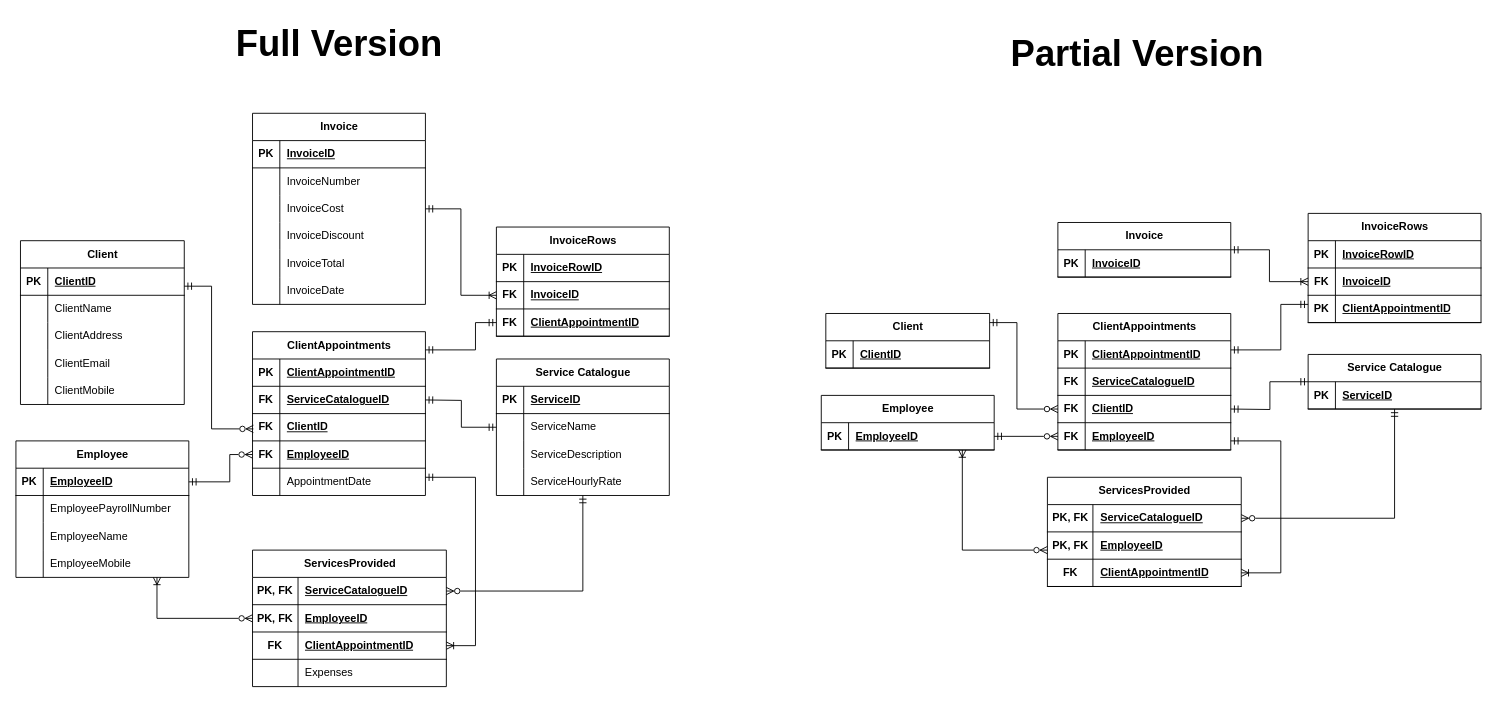
Earlier version of the draw.io diagram DBMS/Coursework/DDI CW.drawio (07prajwal2000/UWS---Works-and-Assignments). Source tidied: cells renumbered, new cells numbered last; positions are measured from the earlier drawing's top-left corner, leaving out a move shared by most shapes. Both pictures are drawn from the tidied source at 91%, with x=0, y=0 at pixel (15, 15).
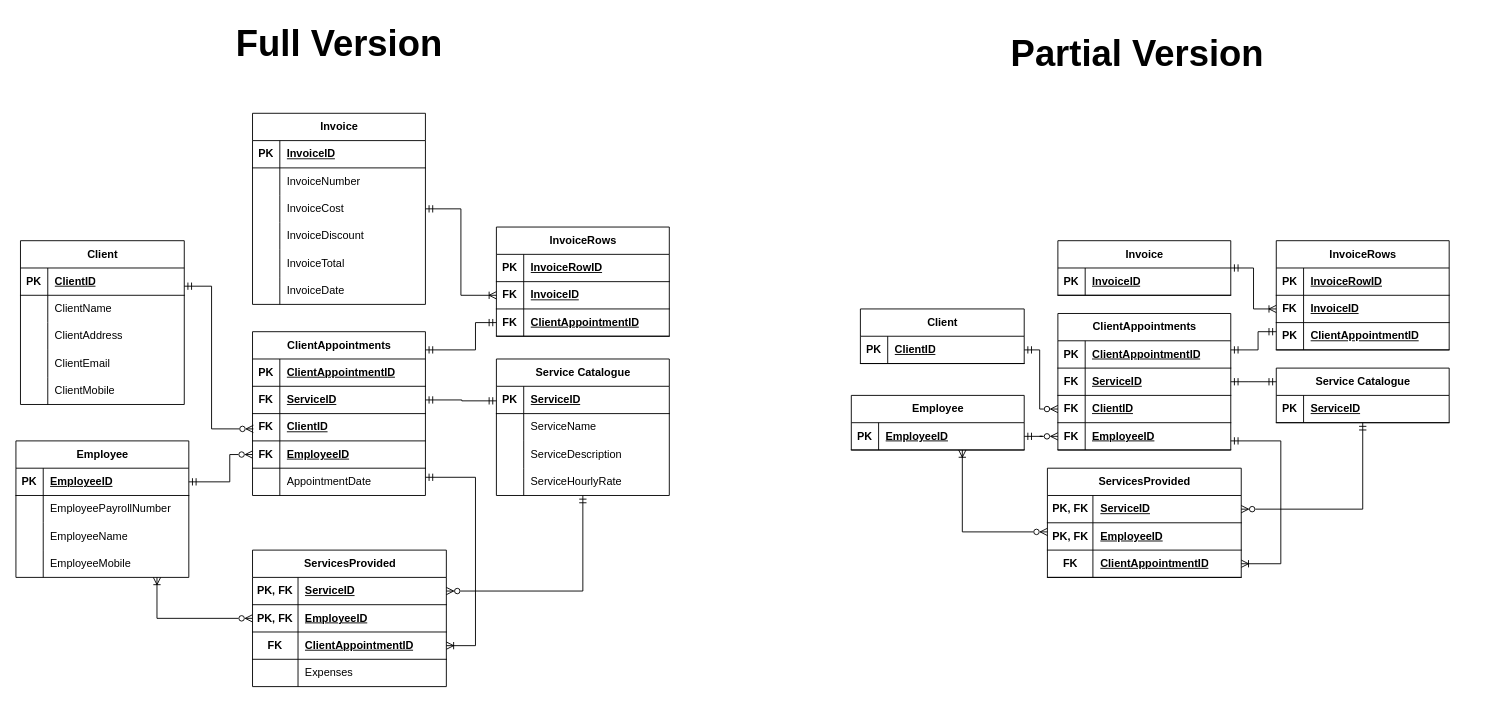
The same page after the edit.

The change refers to these unchanged cells:
```xml
<mxCell id="31" value="Service Catalogue" style="shape=table;startSize=30;childLayout=tableLayout;rowLines=0;fontStyle=1;align=center;html=1;" parent="1" vertex="1">
  <mxGeometry x="528" y="377" width="190" height="150" as="geometry" />
</mxCell>
<mxCell id="67" style="shape=tableRow;horizontal=0;startSize=0;swimlaneHead=0;swimlaneBody=0;fillColor=none;top=0;left=0;right=0;bottom=1;" parent="63" vertex="1">
  <mxGeometry y="60" width="190" height="30" as="geometry" />
</mxCell>
<mxCell id="93" style="shape=tableRow;horizontal=0;startSize=0;swimlaneHead=0;swimlaneBody=0;fillColor=none;points=[[0,0.5],[1,0.5]];portConstraint=eastwest;top=0;left=0;right=0;bottom=1;" parent="92" vertex="1">
  <mxGeometry y="30" width="213" height="30" as="geometry" />
</mxCell>
<mxCell id="126" value="ClientAppointments" style="shape=table;startSize=30;childLayout=tableLayout;rowLines=0;fontStyle=1;align=center;html=1;" parent="1" vertex="1">
  <mxGeometry x="1145" y="327" width="190" height="150" as="geometry" />
</mxCell>
<mxCell id="130" style="shape=tableRow;horizontal=0;startSize=0;swimlaneHead=0;swimlaneBody=0;fillColor=none;points=[[0,0.5],[1,0.5]];portConstraint=eastwest;top=0;left=0;right=0;bottom=1;" parent="126" vertex="1">
  <mxGeometry y="60" width="190" height="30" as="geometry" />
</mxCell>
<mxCell id="133" style="shape=tableRow;horizontal=0;startSize=0;swimlaneHead=0;swimlaneBody=0;fillColor=none;points=[[0,0.5],[1,0.5]];portConstraint=eastwest;top=0;left=0;right=0;bottom=1;" parent="126" vertex="1">
  <mxGeometry y="90" width="190" height="30" as="geometry" />
</mxCell>
<mxCell id="146" style="shape=tableRow;horizontal=0;startSize=0;swimlaneHead=0;swimlaneBody=0;fillColor=none;points=[[0,0.5],[1,0.5]];portConstraint=eastwest;top=0;left=0;right=0;bottom=1;" parent="139" vertex="1">
  <mxGeometry y="90" width="190" height="30" as="geometry" />
</mxCell>
<mxCell id="153" style="shape=tableRow;horizontal=0;startSize=0;swimlaneHead=0;swimlaneBody=0;fillColor=none;points=[[0,0.5],[1,0.5]];portConstraint=eastwest;top=0;left=0;right=0;bottom=1;" parent="152" vertex="1">
  <mxGeometry y="30" width="213" height="30" as="geometry" />
</mxCell>
<mxCell id="156" style="shape=tableRow;horizontal=0;startSize=0;swimlaneHead=0;swimlaneBody=0;fillColor=none;points=[[0,0.5],[1,0.5]];portConstraint=eastwest;top=0;left=0;right=0;bottom=1;" parent="152" vertex="1">
  <mxGeometry y="60" width="213" height="30" as="geometry" />
</mxCell>
<mxCell id="159" style="shape=tableRow;horizontal=0;startSize=0;swimlaneHead=0;swimlaneBody=0;fillColor=none;points=[[0,0.5],[1,0.5]];portConstraint=eastwest;top=0;left=0;right=0;bottom=1;" parent="152" vertex="1">
  <mxGeometry y="90" width="213" height="30" as="geometry" />
</mxCell>
```

The edit, as a diff of the source:
```diff
@@
-    <mxCell id="69" value="ServiceCatalogueID" style="shape=partialRectangle;fillColor=none;top=0;left=0;bottom=0;right=0;align=left;spacingLeft=6;fontStyle=5;overflow=hidden;whiteSpace=wrap;html=1;" parent="67" vertex="1">
+    <mxCell id="69" value="ServiceID" style="shape=partialRectangle;fillColor=none;top=0;left=0;bottom=0;right=0;align=left;spacingLeft=6;fontStyle=5;overflow=hidden;whiteSpace=wrap;html=1;" parent="67" vertex="1">
       <mxGeometry x="30" width="160" height="30" as="geometry" />
     </mxCell>
@@
     <mxCell id="91" style="edgeStyle=orthogonalEdgeStyle;rounded=0;jettySize=auto;html=1;endArrow=ERmandOne;endFill=0;startArrow=ERmandOne;startFill=0;exitX=1;exitY=0.5;exitDx=0;exitDy=0;" parent="1" edge="1" target="31">
       <mxGeometry relative="1" as="geometry">
         <mxPoint x="450" y="422" as="sourcePoint" />
+        <Array as="points">
+          <mxPoint x="490" y="423" />
+        </Array>
       </mxGeometry>
     </mxCell>
@@
-    <mxCell id="95" value="ServiceCatalogueID" style="shape=partialRectangle;fillColor=none;top=0;left=0;bottom=0;right=0;align=left;spacingLeft=6;fontStyle=5;overflow=hidden;whiteSpace=wrap;html=1;" parent="93" vertex="1">
+    <mxCell id="95" value="ServiceID" style="shape=partialRectangle;fillColor=none;top=0;left=0;bottom=0;right=0;align=left;spacingLeft=6;fontStyle=5;overflow=hidden;whiteSpace=wrap;html=1;" parent="93" vertex="1">
       <mxGeometry x="50" width="163" height="30" as="geometry" />
     </mxCell>
@@
     <mxCell id="110" value="Client" style="shape=table;startSize=30;childLayout=tableLayout;rowLines=0;fontStyle=1;align=center;html=1;" parent="1" vertex="1">
-      <mxGeometry x="890" y="327" width="180" height="60" as="geometry" />
+      <mxGeometry x="928" y="322" width="180" height="60" as="geometry" />
     </mxCell>
@@
     <mxCell id="114" value="Employee" style="shape=table;startSize=30;childLayout=tableLayout;rowLines=0;fontStyle=1;align=center;html=1;" parent="1" vertex="1">
-      <mxGeometry x="885" y="417" width="190" height="60" as="geometry" />
+      <mxGeometry x="918" y="417" width="190" height="60" as="geometry" />
     </mxCell>
@@
     <mxCell id="118" value="Service Catalogue" style="shape=table;startSize=30;childLayout=tableLayout;rowLines=0;fontStyle=1;align=center;html=1;" parent="1" vertex="1">
-      <mxGeometry x="1420" y="372" width="190" height="60" as="geometry" />
+      <mxGeometry x="1385" y="387" width="190" height="60" as="geometry" />
     </mxCell>
@@
     <mxCell id="122" value="Invoice" style="shape=table;startSize=30;childLayout=tableLayout;rowLines=0;fontStyle=1;align=center;html=1;" parent="1" vertex="1">
-      <mxGeometry x="1145" y="227" width="190" height="60" as="geometry" />
+      <mxGeometry x="1145" y="247" width="190" height="60" as="geometry" />
     </mxCell>
@@
-    <mxCell id="132" value="ServiceCatalogueID" style="shape=partialRectangle;fillColor=none;top=0;left=0;bottom=0;right=0;align=left;spacingLeft=6;fontStyle=5;overflow=hidden;whiteSpace=wrap;html=1;" parent="130" vertex="1">
+    <mxCell id="132" value="ServiceID" style="shape=partialRectangle;fillColor=none;top=0;left=0;bottom=0;right=0;align=left;spacingLeft=6;fontStyle=5;overflow=hidden;whiteSpace=wrap;html=1;" parent="130" vertex="1">
       <mxGeometry x="30" width="160" height="30" as="geometry" />
     </mxCell>
@@
     <mxCell id="139" value="InvoiceRows" style="shape=table;startSize=30;childLayout=tableLayout;rowLines=0;fontStyle=1;align=center;html=1;" parent="1" vertex="1">
-      <mxGeometry x="1420" y="217" width="190" height="120" as="geometry" />
+      <mxGeometry x="1385" y="247" width="190" height="120" as="geometry" />
     </mxCell>
@@
     <mxCell id="150" style="edgeStyle=orthogonalEdgeStyle;rounded=0;jettySize=auto;html=1;endArrow=ERmandOne;endFill=0;startArrow=ERmandOne;startFill=0;" parent="1" edge="1" source="146" target="126">
       <mxGeometry relative="1" as="geometry">
         <Array as="points">
-          <mxPoint x="1390" y="317" />
-          <mxPoint x="1390" y="367" />
+          <mxPoint x="1365" y="347" />
+          <mxPoint x="1365" y="367" />
         </Array>
       </mxGeometry>
     </mxCell>
-    <mxCell id="151" style="edgeStyle=orthogonalEdgeStyle;rounded=0;jettySize=auto;html=1;endArrow=ERmandOne;endFill=0;startArrow=ERmandOne;startFill=0;exitX=1;exitY=0.5;exitDx=0;exitDy=0;" parent="1" edge="1" target="118">
+    <mxCell id="151" style="edgeStyle=orthogonalEdgeStyle;rounded=0;jettySize=auto;html=1;endArrow=ERmandOne;endFill=0;startArrow=ERmandOne;startFill=0;exitX=1;exitY=0.5;exitDx=0;exitDy=0;" parent="1" edge="1" source="130" target="118">
       <mxGeometry relative="1" as="geometry">
-        <mxPoint x="1335" y="432" as="sourcePoint" />
+        <Array as="points">
+          <mxPoint x="1355" y="402" />
+          <mxPoint x="1355" y="402" />
+        </Array>
       </mxGeometry>
     </mxCell>
     <mxCell id="152" value="ServicesProvided" style="shape=table;startSize=30;childLayout=tableLayout;rowLines=0;fontStyle=1;align=center;html=1;" parent="1" vertex="1">
-      <mxGeometry x="1133.5" y="507" width="213" height="120" as="geometry" />
+      <mxGeometry x="1133.5" y="497" width="213" height="120" as="geometry" />
     </mxCell>
@@
-    <mxCell id="155" value="ServiceCatalogueID" style="shape=partialRectangle;fillColor=none;top=0;left=0;bottom=0;right=0;align=left;spacingLeft=6;fontStyle=5;overflow=hidden;whiteSpace=wrap;html=1;" parent="153" vertex="1">
+    <mxCell id="155" value="ServiceID" style="shape=partialRectangle;fillColor=none;top=0;left=0;bottom=0;right=0;align=left;spacingLeft=6;fontStyle=5;overflow=hidden;whiteSpace=wrap;html=1;" parent="153" vertex="1">
       <mxGeometry x="50" width="163" height="30" as="geometry" />
     </mxCell>
@@
     <mxCell id="163" style="edgeStyle=orthogonalEdgeStyle;rounded=0;jettySize=auto;html=1;exitX=1;exitY=0.5;exitDx=0;exitDy=0;endArrow=ERmandOne;endFill=0;startArrow=ERoneToMany;startFill=0;" parent="1" edge="1" source="159" target="126">
       <mxGeometry relative="1" as="geometry">
         <Array as="points">
-          <mxPoint x="1390" y="612" />
+          <mxPoint x="1390" y="602" />
           <mxPoint x="1390" y="467" />
         </Array>
       </mxGeometry>
     </mxCell>
     <mxCell id="164" style="edgeStyle=orthogonalEdgeStyle;rounded=0;jettySize=auto;html=1;endArrow=ERoneToMany;endFill=0;startArrow=ERzeroToMany;startFill=0;" parent="1" edge="1" source="156" target="114">
       <mxGeometry relative="1" as="geometry">
         <Array as="points">
-          <mxPoint x="1040" y="587" />
+          <mxPoint x="1040" y="567" />
         </Array>
       </mxGeometry>
     </mxCell>
     <mxCell id="165" style="edgeStyle=orthogonalEdgeStyle;rounded=0;jettySize=auto;html=1;endArrow=ERmandOne;endFill=0;startArrow=ERzeroToMany;startFill=0;" parent="1" edge="1" source="133" target="110">
       <mxGeometry relative="1" as="geometry">
         <Array as="points">
-          <mxPoint x="1100" y="432" />
-          <mxPoint x="1100" y="337" />
+          <mxPoint x="1125" y="432" />
+          <mxPoint x="1125" y="367" />
         </Array>
       </mxGeometry>
     </mxCell>
```
